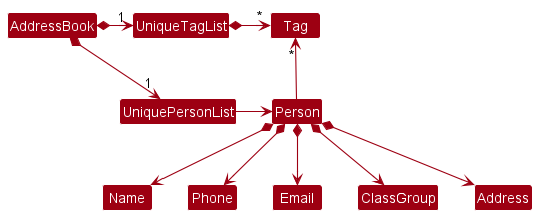
Above: docs/images/BetterModelClassDiagram.png in nus-cs2103-AY2223S1/tp (PlantUML), before the change.
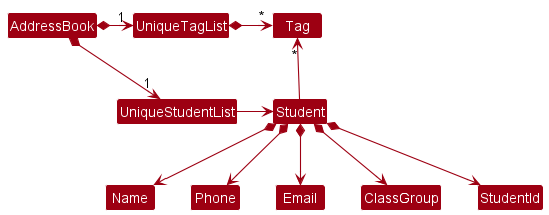
Later version of the same file.

Commit message:
Change address to studentid in class diagrams

Change to the diagram source:
```diff
@@ -4,19 +4,19 @@
 skinparam arrowColor MODEL_COLOR
 skinparam classBackgroundColor MODEL_COLOR
 
-AddressBook *-right-> "1" UniquePersonList
+AddressBook *-right-> "1" UniqueStudentList
 AddressBook *-right-> "1" UniqueTagList
-UniqueTagList -[hidden]down- UniquePersonList
-UniqueTagList -[hidden]down- UniquePersonList
+UniqueTagList -[hidden]down- UniqueStudentList
+UniqueTagList -[hidden]down- UniqueStudentList
 
 UniqueTagList *-right-> "*" Tag
-UniquePersonList -right-> Person
+UniqueStudentList -right-> Student
 
-Person -up-> "*" Tag
+Student -up-> "*" Tag
 
-Person *--> Name
-Person *--> Phone
-Person *--> Email
-Person *--> ClassGroup
-Person *--> Address
+Student *--> Name
+Student *--> Phone
+Student *--> Email
+Student *--> ClassGroup
+Student *--> StudentId
 @enduml
```
